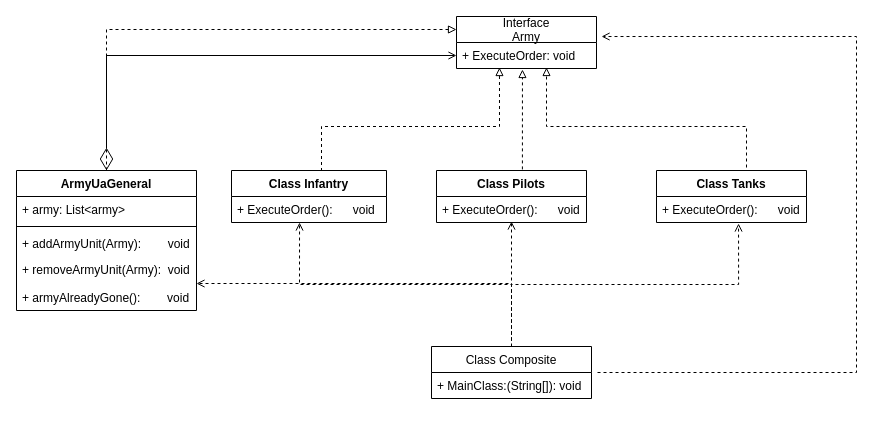
Before: page "Structural Composite Pattern" (8 of 10) of Untitled Diagram.drawio in antonshikalyov/Diagram-patterns-, a draw.io diagram. Source tidied: cells renumbered, new cells numbered last; positions are measured from the earlier drawing's top-left corner, leaving out a move shared by most shapes. Both pictures are drawn from the tidied source at 100%, with x=0, y=0 at pixel (16, 16).
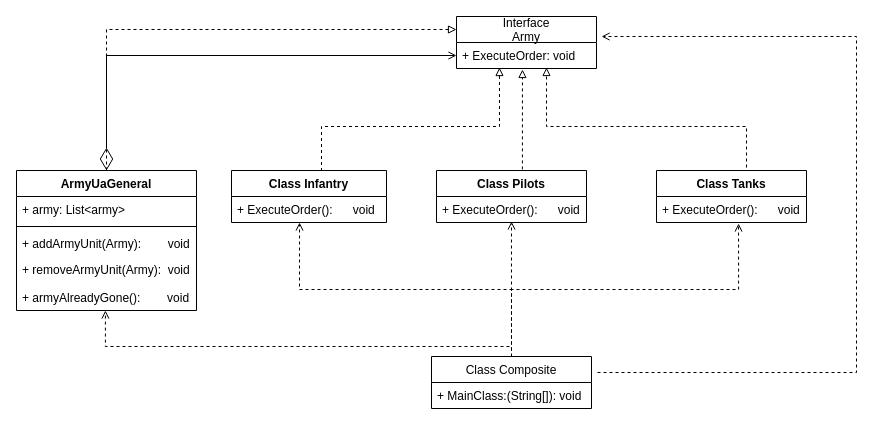
The same page after the edit.

The change refers to these unchanged cells:
```xml
<mxCell id="10" value="+ removeArmyUnit(Army):  void&#10;&#10;+ armyAlreadyGone():        void" style="text;strokeColor=none;fillColor=none;align=left;verticalAlign=top;spacingLeft=4;spacingRight=4;overflow=hidden;points=[[0,0.5],[1,0.5]];portConstraint=eastwest;" parent="6" vertex="1">
  <mxGeometry y="86" width="180" height="54" as="geometry" />
</mxCell>
```

The edit, as a diff of the source:
```diff
@@
-    <mxCell id="23" style="edgeStyle=orthogonalEdgeStyle;rounded=0;jettySize=auto;html=1;entryX=1;entryY=0.5;entryDx=0;entryDy=0;dashed=1;startArrow=none;startFill=0;endArrow=open;endFill=0;startSize=20;endSize=6;sourcePerimeterSpacing=6;targetPerimeterSpacing=6;" parent="1" edge="1" source="25" target="10">
+    <mxCell id="23" style="edgeStyle=orthogonalEdgeStyle;rounded=0;jettySize=auto;html=1;entryX=0.494;entryY=1;entryDx=0;entryDy=0;dashed=1;startArrow=none;startFill=0;endArrow=open;endFill=0;startSize=20;endSize=6;sourcePerimeterSpacing=6;targetPerimeterSpacing=6;entryPerimeter=0;" parent="1" edge="1" source="25" target="10">
       <mxGeometry relative="1" as="geometry">
         <Array as="points">
-          <mxPoint x="495" y="267" />
+          <mxPoint x="495" y="330" />
+          <mxPoint x="89" y="330" />
         </Array>
       </mxGeometry>
     </mxCell>
@@
     <mxCell id="25" value="Class Composite" style="swimlane;fontStyle=0;horizontal=1;startSize=26;fillColor=none;" parent="1" vertex="1">
-      <mxGeometry x="415" y="330" width="160" height="52" as="geometry" />
+      <mxGeometry x="415" y="340" width="160" height="52" as="geometry" />
     </mxCell>
```
